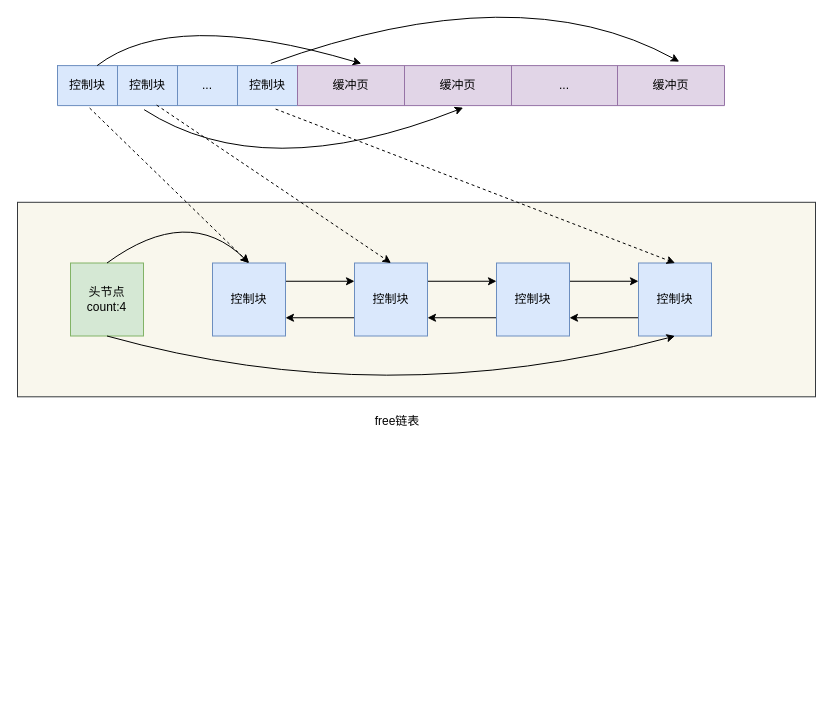
This is MySQL是怎样运行的.drawio from HoShum/drawio, a draw.io file, before an edit. Source tidied: cells renumbered, new cells numbered last; positions are measured from the earlier drawing's top-left corner, leaving out a move shared by most shapes. Both pictures are drawn from the tidied source at 100%, with x=0, y=0 at pixel (17, -27).
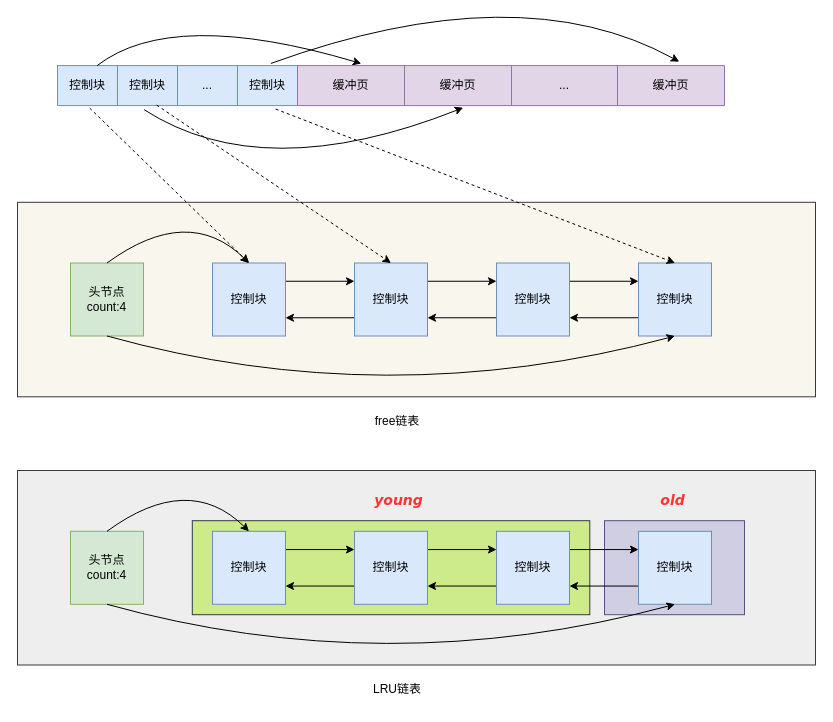
After the change.

Commit message (it also covers changes not shown here):
更新MySQL是怎样运行的.drawio

Diff of the diagram source:
```diff
@@
+    <mxCell id="36" style="rounded=0;whiteSpace=wrap;html=1;fillColor=#eeeeee;strokeColor=#36393d;" parent="1" vertex="1">
+      <mxGeometry y="497" width="798" height="194.5" as="geometry" />
+    </mxCell>
+    <mxCell id="37" style="rounded=0;whiteSpace=wrap;html=1;fillColor=#cdeb8b;strokeColor=#36393d;" parent="1" vertex="1">
+      <mxGeometry x="174.8" y="547.2" width="397.5" height="94" as="geometry" />
+    </mxCell>
+    <mxCell id="38" style="edgeStyle=orthogonalEdgeStyle;rounded=0;jettySize=auto;html=1;exitX=1;exitY=0.25;exitDx=0;exitDy=0;entryX=0;entryY=0.25;entryDx=0;entryDy=0;" parent="1" edge="1" source="39" target="42">
+      <mxGeometry relative="1" as="geometry" />
+    </mxCell>
+    <mxCell id="39" value="控制块" style="whiteSpace=wrap;html=1;fillColor=#dae8fc;strokeColor=#6c8ebf;" parent="1" vertex="1">
+      <mxGeometry x="195" y="557.8" width="73" height="73" as="geometry" />
+    </mxCell>
+    <mxCell id="40" style="edgeStyle=orthogonalEdgeStyle;rounded=0;jettySize=auto;html=1;exitX=0;exitY=0.75;exitDx=0;exitDy=0;entryX=1;entryY=0.75;entryDx=0;entryDy=0;" parent="1" edge="1" source="42" target="39">
+      <mxGeometry relative="1" as="geometry" />
+    </mxCell>
+    <mxCell id="41" style="edgeStyle=orthogonalEdgeStyle;rounded=0;jettySize=auto;html=1;exitX=1;exitY=0.25;exitDx=0;exitDy=0;entryX=0;entryY=0.25;entryDx=0;entryDy=0;" parent="1" edge="1" source="42" target="46">
+      <mxGeometry relative="1" as="geometry" />
+    </mxCell>
+    <mxCell id="42" value="控制块" style="whiteSpace=wrap;html=1;fillColor=#dae8fc;strokeColor=#6c8ebf;" parent="1" vertex="1">
+      <mxGeometry x="337" y="557.8" width="73" height="73" as="geometry" />
+    </mxCell>
+    <mxCell id="43" style="edgeStyle=orthogonalEdgeStyle;rounded=0;jettySize=auto;html=1;exitX=0;exitY=0.75;exitDx=0;exitDy=0;entryX=1;entryY=0.75;entryDx=0;entryDy=0;" parent="1" edge="1" source="46" target="42">
+      <mxGeometry relative="1" as="geometry" />
+    </mxCell>
+    <mxCell id="44" style="rounded=0;whiteSpace=wrap;html=1;fillColor=#d0cee2;strokeColor=#56517e;" parent="1" vertex="1">
+      <mxGeometry x="587" y="547.2" width="140" height="94" as="geometry" />
+    </mxCell>
+    <mxCell id="45" style="edgeStyle=orthogonalEdgeStyle;rounded=0;jettySize=auto;html=1;exitX=1;exitY=0.25;exitDx=0;exitDy=0;entryX=0;entryY=0.25;entryDx=0;entryDy=0;" parent="1" edge="1" source="46" target="48">
+      <mxGeometry relative="1" as="geometry" />
+    </mxCell>
+    <mxCell id="46" value="控制块" style="whiteSpace=wrap;html=1;fillColor=#dae8fc;strokeColor=#6c8ebf;" parent="1" vertex="1">
+      <mxGeometry x="479" y="557.8" width="73" height="73" as="geometry" />
+    </mxCell>
+    <mxCell id="47" style="edgeStyle=orthogonalEdgeStyle;rounded=0;jettySize=auto;html=1;exitX=0;exitY=0.75;exitDx=0;exitDy=0;entryX=1;entryY=0.75;entryDx=0;entryDy=0;" parent="1" edge="1" source="48" target="46">
+      <mxGeometry relative="1" as="geometry" />
+    </mxCell>
+    <mxCell id="48" value="控制块" style="whiteSpace=wrap;html=1;fillColor=#dae8fc;strokeColor=#6c8ebf;" parent="1" vertex="1">
+      <mxGeometry x="621" y="557.8" width="73" height="73" as="geometry" />
+    </mxCell>
+    <mxCell id="49" value="头节点&lt;br&gt;count:4" style="whiteSpace=wrap;html=1;fillColor=#d5e8d4;strokeColor=#82b366;" parent="1" vertex="1">
+      <mxGeometry x="53" y="557.8" width="73" height="73" as="geometry" />
+    </mxCell>
+    <mxCell id="50" style="curved=1;endArrow=classic;html=1;rounded=0;exitX=0.5;exitY=0;exitDx=0;exitDy=0;entryX=0.5;entryY=0;entryDx=0;entryDy=0;" parent="1" edge="1" source="49" target="39">
+      <mxGeometry relative="1" as="geometry">
+        <Array as="points">
+          <mxPoint x="171" y="498.2" />
+        </Array>
+      </mxGeometry>
+    </mxCell>
+    <mxCell id="51" style="curved=1;endArrow=classic;html=1;rounded=0;exitX=0.5;exitY=1;exitDx=0;exitDy=0;entryX=0.5;entryY=1;entryDx=0;entryDy=0;" parent="1" edge="1" source="49" target="48">
+      <mxGeometry relative="1" as="geometry">
+        <Array as="points">
+          <mxPoint x="368" y="708.2" />
+        </Array>
+      </mxGeometry>
+    </mxCell>
+    <mxCell id="52" value="LRU链表" style="text;html=1;strokeColor=none;fillColor=none;align=center;verticalAlign=middle;whiteSpace=wrap;rounded=0;" parent="1" vertex="1">
+      <mxGeometry x="350" y="701.2" width="60" height="30" as="geometry" />
+    </mxCell>
+    <mxCell id="53" value="young" style="text;html=1;strokeColor=none;fillColor=none;align=center;verticalAlign=middle;whiteSpace=wrap;rounded=0;fontStyle=3;fontFamily=Verdana;fontSize=14;fontColor=#FF3333;" parent="1" vertex="1">
+      <mxGeometry x="343.5" y="509" width="74.5" height="35" as="geometry" />
+    </mxCell>
+    <mxCell id="54" value="old" style="text;html=1;strokeColor=none;fillColor=none;align=center;verticalAlign=middle;whiteSpace=wrap;rounded=0;fontStyle=3;fontFamily=Verdana;fontSize=14;fontColor=#FF3333;" parent="1" vertex="1">
+      <mxGeometry x="618" y="509" width="74.5" height="35" as="geometry" />
+    </mxCell>
```
